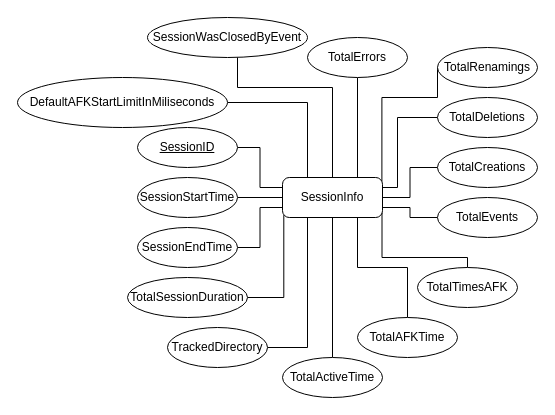
DaBATCat/Overwatch keeps this draw.io diagram as SQL/DB ERM.drawio. Above is the earlier version. Source tidied: cells renumbered, new cells numbered last; positions are measured from the earlier drawing's top-left corner, leaving out a move shared by most shapes. Both pictures are drawn from the tidied source at 100%, with x=0, y=0 at pixel (17, 17).
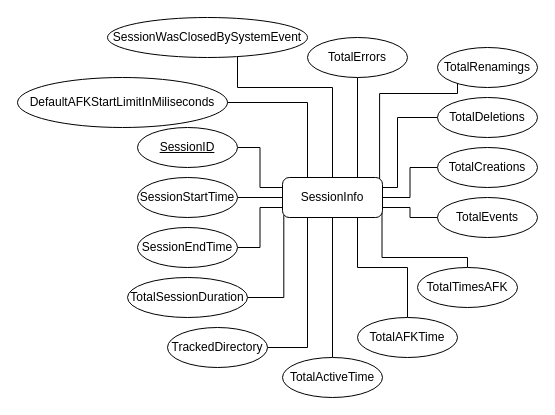
The same page after the edit.

Unchanged cells that the change refers to:
```xml
<mxCell id="2" value="SessionInfo" style="rounded=1;arcSize=17;whiteSpace=wrap;html=1;align=center;" parent="1" vertex="1">
  <mxGeometry x="265" y="160" width="100" height="40" as="geometry" />
</mxCell>
<mxCell id="26" value="TotalRenamings" style="ellipse;whiteSpace=wrap;html=1;align=center;" parent="1" vertex="1">
  <mxGeometry x="420" y="30" width="100" height="40" as="geometry" />
</mxCell>
```

The edit, as a diff of the source:
```diff
@@
-    <mxCell id="25" style="edgeStyle=orthogonalEdgeStyle;rounded=0;jettySize=auto;html=1;entryX=0.994;entryY=0.096;entryDx=0;entryDy=0;endArrow=none;endFill=0;entryPerimeter=0;" parent="1" edge="1" source="26" target="2">
+    <mxCell id="25" style="edgeStyle=orthogonalEdgeStyle;rounded=0;jettySize=auto;html=1;entryX=0.971;entryY=0.034;entryDx=0;entryDy=0;endArrow=none;endFill=0;entryPerimeter=0;" parent="1" edge="1" target="2">
       <mxGeometry relative="1" as="geometry">
+        <mxPoint x="440" y="62.8" as="sourcePoint" />
         <Array as="points">
-          <mxPoint x="420" y="80" />
-          <mxPoint x="364" y="80" />
-          <mxPoint x="364" y="164" />
+          <mxPoint x="440" y="76" />
+          <mxPoint x="362" y="76" />
         </Array>
       </mxGeometry>
     </mxCell>
@@
-    <mxCell id="30" value="SessionWasClosedByEvent" style="ellipse;whiteSpace=wrap;html=1;align=center;" parent="1" vertex="1">
-      <mxGeometry x="130" width="160" height="40" as="geometry" />
+    <mxCell id="30" value="SessionWasClosedBySystemEvent" style="ellipse;whiteSpace=wrap;html=1;align=center;" parent="1" vertex="1">
+      <mxGeometry x="90" width="200" height="40" as="geometry" />
     </mxCell>
```
